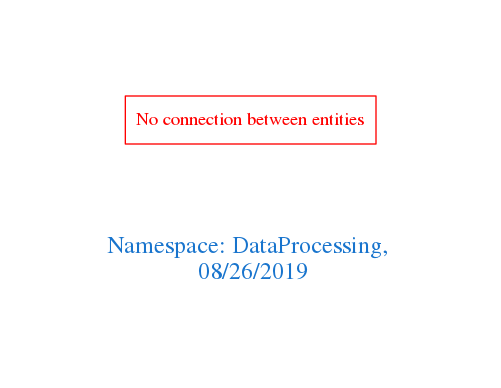
This is downloads/DataProcessing.png from arago/OGIT, a Graphviz export, as it was before one commit. Its source is kept beside it as downloads/DataProcessing.dot.
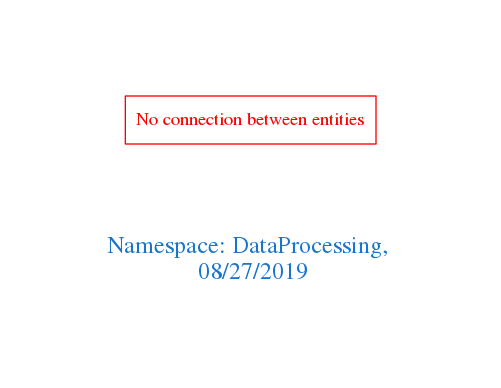
After the commit.

The edit, as a diff of the source:
```diff
@@ -1,7 +1,7 @@
 digraph OGIT_ontology {
  graph [ rankdir= LR,pad=1
 fontsize = 18,
-fontcolor= dodgerblue3,label = "\n\n\nNamespace: DataProcessing, \n 08/26/2019"];
+fontcolor= dodgerblue3,label = "\n\n\nNamespace: DataProcessing, \n 08/27/2019"];
 node[shape=polygon];
 edge [  color="gray81"];
 
```
